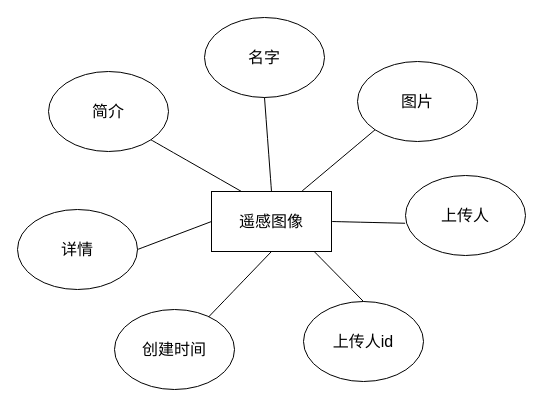
Earlier version of the draw.io diagram 未命名绘图.drawio (GDSFASF/ChatGPT-Next-Web). Source tidied: cells renumbered, new cells numbered last; positions are measured from the earlier drawing's top-left corner, leaving out a move shared by most shapes. Both pictures are drawn from the tidied source at 100%, with x=0, y=0 at pixel (17, 17).
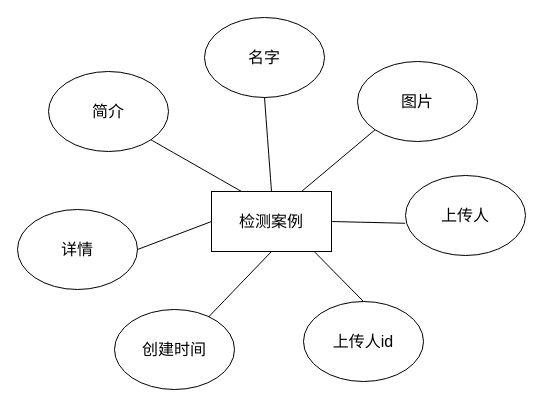
Above is the later version.

Change to the diagram source:
```diff
@@
 <mxGraphModel>
   <root>
     <mxCell id="0" />
     <mxCell id="1" parent="0" />
-    <mxCell id="2" value="遥感图像" style="rounded=0;whiteSpace=wrap;html=1;fontSize=16;" parent="1" vertex="1">
+    <mxCell id="2" value="检测案例" style="rounded=0;whiteSpace=wrap;html=1;fontSize=16;" parent="1" vertex="1">
       <mxGeometry x="194" y="174" width="120" height="60" as="geometry" />
     </mxCell>
     <mxCell id="3" value="名字" style="ellipse;whiteSpace=wrap;html=1;fontSize=16;" parent="1" vertex="1">
       <mxGeometry x="187" width="120" height="80" as="geometry" />
     </mxCell>
     <mxCell id="4" value="图片" style="ellipse;whiteSpace=wrap;html=1;fontSize=16;" parent="1" vertex="1">
       <mxGeometry x="340" y="44" width="120" height="80" as="geometry" />
     </mxCell>
     <mxCell id="5" style="endArrow=none;html=1;rounded=0;fontSize=16;startSize=8;endSize=8;curved=1;entryX=0.5;entryY=1;entryDx=0;entryDy=0;exitX=0.5;exitY=0;exitDx=0;exitDy=0;" parent="1" edge="1" source="2" target="3">
       <mxGeometry relative="1" as="geometry" />
     </mxCell>
     <mxCell id="6" value="简介" style="ellipse;whiteSpace=wrap;html=1;fontSize=16;" parent="1" vertex="1">
       <mxGeometry x="31" y="54" width="120" height="80" as="geometry" />
     </mxCell>
     <mxCell id="7" value="详情" style="ellipse;whiteSpace=wrap;html=1;fontSize=16;" parent="1" vertex="1">
       <mxGeometry y="192" width="120" height="80" as="geometry" />
     </mxCell>
     <mxCell id="8" value="创建时间" style="ellipse;whiteSpace=wrap;html=1;fontSize=16;" parent="1" vertex="1">
       <mxGeometry x="97" y="292" width="120" height="80" as="geometry" />
     </mxCell>
     <mxCell id="9" value="上传人id" style="ellipse;whiteSpace=wrap;html=1;fontSize=16;" parent="1" vertex="1">
       <mxGeometry x="286" y="284" width="120" height="80" as="geometry" />
     </mxCell>
     <mxCell id="10" value="上传人" style="ellipse;whiteSpace=wrap;html=1;fontSize=16;" parent="1" vertex="1">
       <mxGeometry x="388" y="158" width="120" height="80" as="geometry" />
     </mxCell>
     <mxCell id="11" style="endArrow=none;html=1;rounded=0;fontSize=16;startSize=8;endSize=8;curved=1;entryX=0;entryY=1;entryDx=0;entryDy=0;exitX=0.75;exitY=0;exitDx=0;exitDy=0;" parent="1" edge="1" source="2" target="4">
       <mxGeometry relative="1" as="geometry" />
     </mxCell>
     <mxCell id="12" style="endArrow=none;html=1;rounded=0;fontSize=16;startSize=8;endSize=8;curved=1;entryX=-0.003;entryY=0.597;entryDx=0;entryDy=0;entryPerimeter=0;exitX=1;exitY=0.5;exitDx=0;exitDy=0;" parent="1" edge="1" source="2" target="10">
       <mxGeometry relative="1" as="geometry" />
     </mxCell>
     <mxCell id="13" style="endArrow=none;html=1;rounded=0;fontSize=16;startSize=8;endSize=8;curved=1;exitX=1;exitY=0.5;exitDx=0;exitDy=0;entryX=0;entryY=0.5;entryDx=0;entryDy=0;" parent="1" edge="1" source="7" target="2">
       <mxGeometry relative="1" as="geometry" />
     </mxCell>
     <mxCell id="14" style="endArrow=none;html=1;rounded=0;fontSize=16;startSize=8;endSize=8;curved=1;entryX=0.5;entryY=0;entryDx=0;entryDy=0;exitX=0.857;exitY=1.003;exitDx=0;exitDy=0;exitPerimeter=0;" parent="1" edge="1" source="2" target="9">
       <mxGeometry relative="1" as="geometry" />
     </mxCell>
     <mxCell id="15" style="endArrow=none;html=1;rounded=0;fontSize=16;startSize=8;endSize=8;curved=1;exitX=0.783;exitY=0.095;exitDx=0;exitDy=0;entryX=0.5;entryY=1;entryDx=0;entryDy=0;exitPerimeter=0;" parent="1" edge="1" source="8" target="2">
       <mxGeometry relative="1" as="geometry" />
     </mxCell>
     <mxCell id="16" style="endArrow=none;html=1;rounded=0;fontSize=16;startSize=8;endSize=8;curved=1;exitX=1;exitY=1;exitDx=0;exitDy=0;entryX=0.25;entryY=0;entryDx=0;entryDy=0;" parent="1" edge="1" source="6" target="2">
       <mxGeometry relative="1" as="geometry" />
     </mxCell>
   </root>
 </mxGraphModel>
```
